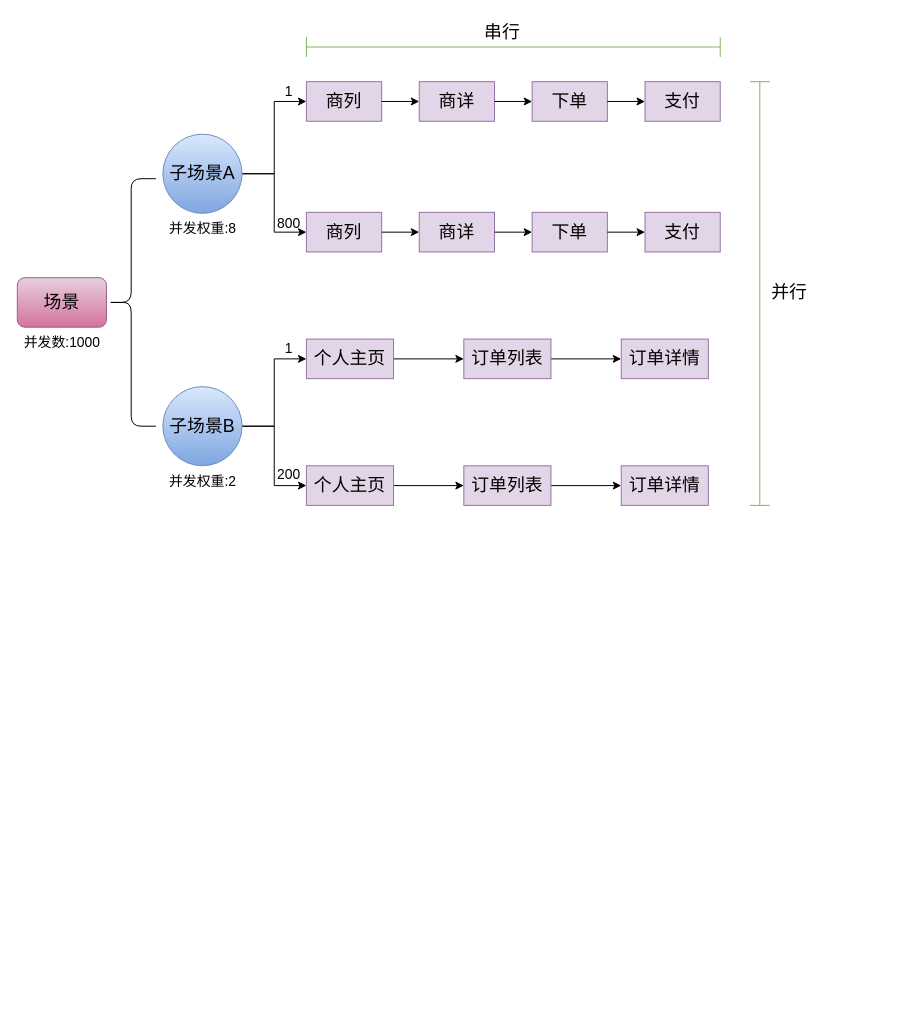
This is tech/presstest/presstest.drawio from waterystone/draw_io, a draw.io file, before an edit. Source tidied: cells renumbered, new cells numbered last; positions are measured from the earlier drawing's top-left corner, leaving out a move shared by most shapes. Both pictures are drawn from the tidied source at 99%, with x=0, y=0 at pixel (17, 17).
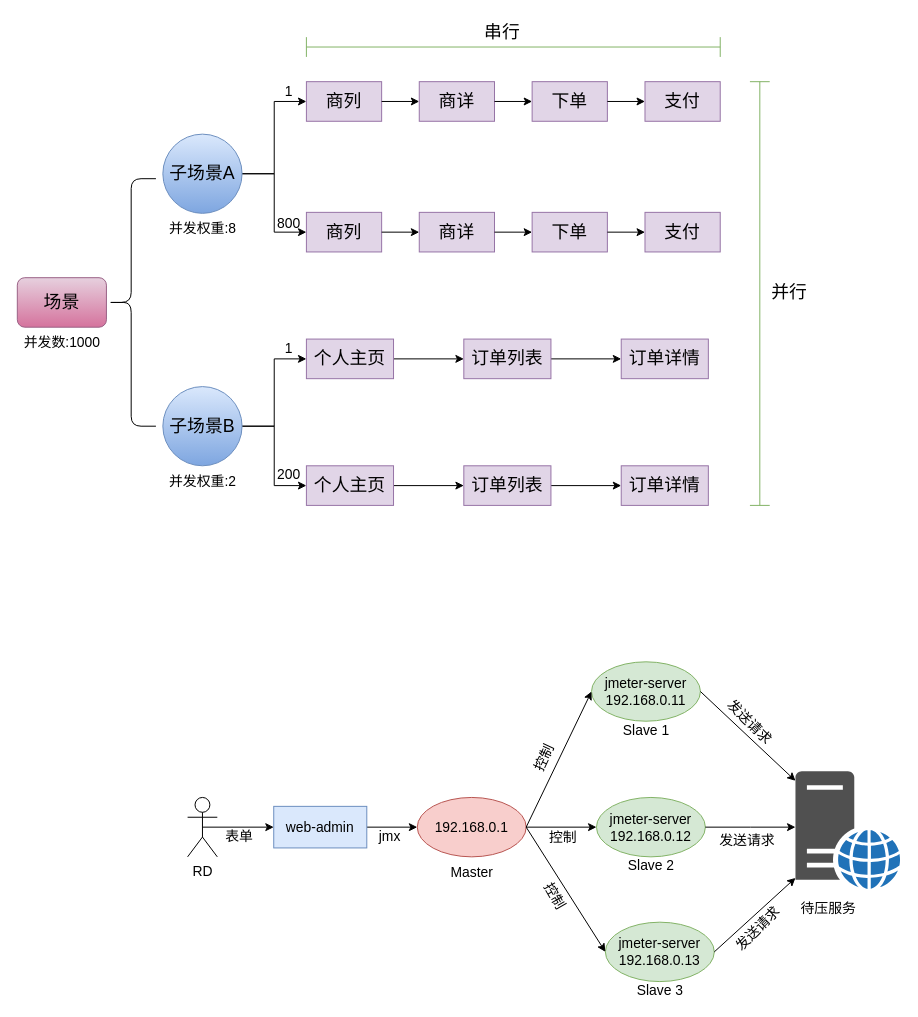
Above is the later version.

Diff of the diagram source:
```diff
@@
+    <mxCell id="47" style="edgeStyle=orthogonalEdgeStyle;rounded=0;jettySize=auto;html=1;exitX=0.5;exitY=0.5;exitDx=0;exitDy=0;exitPerimeter=0;entryX=0;entryY=0.5;entryDx=0;entryDy=0;fontSize=14;" parent="1" edge="1" source="48" target="50">
+      <mxGeometry relative="1" as="geometry" />
+    </mxCell>
+    <mxCell id="48" value="RD" style="shape=umlActor;verticalLabelPosition=bottom;verticalAlign=top;html=1;outlineConnect=0;fontSize=14;fillColor=none;" parent="1" vertex="1">
+      <mxGeometry x="172" y="788" width="30" height="60" as="geometry" />
+    </mxCell>
+    <mxCell id="49" style="edgeStyle=orthogonalEdgeStyle;rounded=0;jettySize=auto;html=1;exitX=1;exitY=0.5;exitDx=0;exitDy=0;entryX=0;entryY=0.5;entryDx=0;entryDy=0;fontSize=14;" parent="1" edge="1" source="50" target="52">
+      <mxGeometry relative="1" as="geometry" />
+    </mxCell>
+    <mxCell id="50" value="web-admin" style="rounded=0;whiteSpace=wrap;html=1;fontSize=14;fillColor=#dae8fc;strokeColor=#6c8ebf;" parent="1" vertex="1">
+      <mxGeometry x="259" y="797" width="94" height="42" as="geometry" />
+    </mxCell>
+    <mxCell id="51" style="group;" parent="1" vertex="1">
+      <mxGeometry x="404" y="788" width="110" height="86" as="geometry" />
+    </mxCell>
+    <mxCell id="52" value="192.168.0.1" style="ellipse;whiteSpace=wrap;html=1;fontSize=14;fillColor=#f8cecc;strokeColor=#b85450;" parent="51" vertex="1">
+      <mxGeometry width="110" height="60" as="geometry" />
+    </mxCell>
+    <mxCell id="53" value="Master" style="text;html=1;align=center;verticalAlign=middle;strokeColor=none;fillColor=none;fontSize=14;" parent="51" vertex="1">
+      <mxGeometry x="28.5" y="65" width="53" height="21" as="geometry" />
+    </mxCell>
+    <mxCell id="54" style="group;" parent="1" vertex="1">
+      <mxGeometry x="580" y="613" width="110" height="86" as="geometry" />
+    </mxCell>
+    <mxCell id="55" value="jmeter-server&lt;br&gt;192.168.0.11" style="ellipse;whiteSpace=wrap;html=1;fontSize=14;fillColor=#d5e8d4;strokeColor=#82b366;" parent="54" vertex="1">
+      <mxGeometry y="38" width="110" height="60" as="geometry" />
+    </mxCell>
+    <mxCell id="56" value="Slave 1" style="text;html=1;align=center;verticalAlign=middle;strokeColor=none;fillColor=none;fontSize=14;" parent="54" vertex="1">
+      <mxGeometry x="26.5" y="96" width="57" height="21" as="geometry" />
+    </mxCell>
+    <mxCell id="57" style="group;" parent="1" vertex="1">
+      <mxGeometry x="585" y="760" width="110" height="86" as="geometry" />
+    </mxCell>
+    <mxCell id="58" value="jmeter-server&lt;br&gt;192.168.0.12" style="ellipse;whiteSpace=wrap;html=1;fontSize=14;fillColor=#d5e8d4;strokeColor=#82b366;" parent="57" vertex="1">
+      <mxGeometry y="28" width="110" height="60" as="geometry" />
+    </mxCell>
+    <mxCell id="59" value="Slave 2" style="text;html=1;align=center;verticalAlign=middle;strokeColor=none;fillColor=none;fontSize=14;" parent="57" vertex="1">
+      <mxGeometry x="26.5" y="86" width="57" height="21" as="geometry" />
+    </mxCell>
+    <mxCell id="60" style="group;" parent="1" vertex="1">
+      <mxGeometry x="594" y="907" width="110" height="86" as="geometry" />
+    </mxCell>
+    <mxCell id="61" value="jmeter-server&lt;br&gt;192.168.0.13" style="ellipse;whiteSpace=wrap;html=1;fontSize=14;fillColor=#d5e8d4;strokeColor=#82b366;" parent="60" vertex="1">
+      <mxGeometry y="7" width="110" height="60" as="geometry" />
+    </mxCell>
+    <mxCell id="62" value="Slave 3" style="text;html=1;align=center;verticalAlign=middle;strokeColor=none;fillColor=none;fontSize=14;" parent="60" vertex="1">
+      <mxGeometry x="26.5" y="65" width="57" height="21" as="geometry" />
+    </mxCell>
+    <mxCell id="63" style="sketch=0;shadow=0;dashed=0;html=1;strokeColor=none;fillColor=#505050;labelPosition=center;verticalLabelPosition=bottom;verticalAlign=top;outlineConnect=0;align=center;shape=mxgraph.office.servers.web_server_blue;fontSize=14;" parent="1" vertex="1">
+      <mxGeometry x="786" y="761.5" width="106" height="119" as="geometry" />
+    </mxCell>
+    <mxCell id="64" style="edgeStyle=orthogonalEdgeStyle;rounded=0;jettySize=auto;html=1;exitX=1;exitY=0.5;exitDx=0;exitDy=0;fontSize=14;" parent="1" edge="1" source="52" target="58">
+      <mxGeometry relative="1" as="geometry" />
+    </mxCell>
+    <mxCell id="65" value="控制" style="edgeLabel;html=1;align=center;verticalAlign=middle;fontSize=14;" parent="64" vertex="1">
+      <mxGeometry x="-0.07" relative="1" as="geometry">
+        <mxPoint x="3" y="9" as="offset" />
+      </mxGeometry>
+    </mxCell>
+    <mxCell id="66" style="endArrow=classic;html=1;rounded=0;fontSize=14;exitX=1;exitY=0.5;exitDx=0;exitDy=0;entryX=0;entryY=0.5;entryDx=0;entryDy=0;" parent="1" edge="1" source="52" target="55">
+      <mxGeometry relative="1" as="geometry" />
+    </mxCell>
+    <mxCell id="67" value="控制" style="edgeLabel;html=1;align=center;verticalAlign=middle;fontSize=14;rotation=-65;" parent="66" vertex="1">
+      <mxGeometry x="-0.16" relative="1" as="geometry">
+        <mxPoint x="-10" y="-12" as="offset" />
+      </mxGeometry>
+    </mxCell>
+    <mxCell id="68" style="endArrow=classic;html=1;rounded=0;fontSize=14;exitX=1;exitY=0.5;exitDx=0;exitDy=0;entryX=0;entryY=0.5;entryDx=0;entryDy=0;" parent="1" edge="1" source="52" target="61">
+      <mxGeometry relative="1" as="geometry" />
+    </mxCell>
+    <mxCell id="69" value="控制" style="edgeLabel;html=1;align=center;verticalAlign=middle;fontSize=14;rotation=60;" parent="68" vertex="1">
+      <mxGeometry x="-0.1" relative="1" as="geometry">
+        <mxPoint x="-7" y="12" as="offset" />
+      </mxGeometry>
+    </mxCell>
+    <mxCell id="70" style="endArrow=classic;html=1;rounded=0;fontSize=14;exitX=1;exitY=0.5;exitDx=0;exitDy=0;" parent="1" edge="1" source="55" target="63">
+      <mxGeometry relative="1" as="geometry" />
+    </mxCell>
+    <mxCell id="71" value="发送请求" style="edgeLabel;html=1;align=center;verticalAlign=middle;fontSize=14;rotation=45;" parent="70" vertex="1">
+      <mxGeometry x="-0.11" y="2" relative="1" as="geometry">
+        <mxPoint x="6" y="-9" as="offset" />
+      </mxGeometry>
+    </mxCell>
+    <mxCell id="72" style="edgeStyle=orthogonalEdgeStyle;rounded=0;jettySize=auto;html=1;exitX=1;exitY=0.5;exitDx=0;exitDy=0;fontSize=14;" parent="1" edge="1" source="58">
+      <mxGeometry relative="1" as="geometry">
+        <mxPoint x="786" y="818" as="targetPoint" />
+      </mxGeometry>
+    </mxCell>
+    <mxCell id="73" value="发送请求" style="edgeLabel;html=1;align=center;verticalAlign=middle;fontSize=14;" parent="72" vertex="1">
+      <mxGeometry x="-0.05" y="-2" relative="1" as="geometry">
+        <mxPoint x="-2" y="11" as="offset" />
+      </mxGeometry>
+    </mxCell>
+    <mxCell id="74" style="endArrow=classic;html=1;rounded=0;fontSize=14;exitX=1;exitY=0.5;exitDx=0;exitDy=0;" parent="1" edge="1" source="61" target="63">
+      <mxGeometry relative="1" as="geometry" />
+    </mxCell>
+    <mxCell id="75" value="发送请求" style="edgeLabel;html=1;align=center;verticalAlign=middle;fontSize=14;rotation=-45;" parent="74" vertex="1">
+      <mxGeometry x="-0.13" y="2" relative="1" as="geometry">
+        <mxPoint x="9" y="11" as="offset" />
+      </mxGeometry>
+    </mxCell>
+    <mxCell id="76" value="表单" style="text;html=1;align=center;verticalAlign=middle;strokeColor=none;fillColor=none;fontSize=14;" parent="1" vertex="1">
+      <mxGeometry x="205" y="816" width="38" height="21" as="geometry" />
+    </mxCell>
+    <mxCell id="77" value="jmx" style="text;html=1;align=center;verticalAlign=middle;strokeColor=none;fillColor=none;fontSize=14;" parent="1" vertex="1">
+      <mxGeometry x="360" y="816" width="32" height="21" as="geometry" />
+    </mxCell>
+    <mxCell id="78" value="待压服务" style="text;html=1;align=center;verticalAlign=middle;strokeColor=none;fillColor=none;fontSize=14;" parent="1" vertex="1">
+      <mxGeometry x="786" y="889" width="66" height="21" as="geometry" />
+    </mxCell>
```
